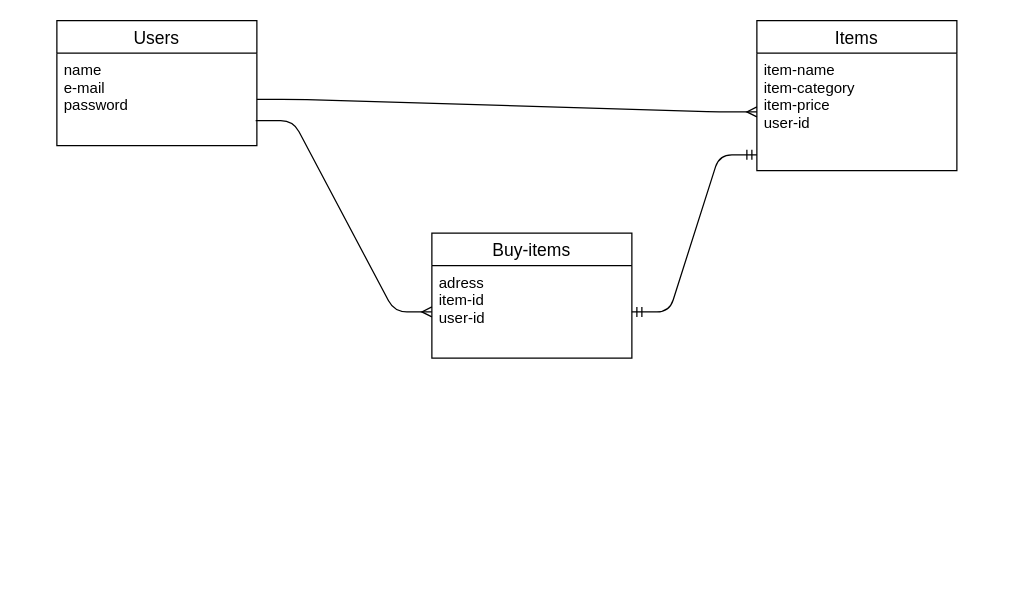
Above: test.dio in Koba0822/furima-37893 (draw.io), before the change. Source tidied: cells renumbered, new cells numbered last; positions are measured from the earlier drawing's top-left corner, leaving out a move shared by most shapes. Both pictures are drawn from the tidied source at 125%, with x=0, y=0 at pixel (56, 20).
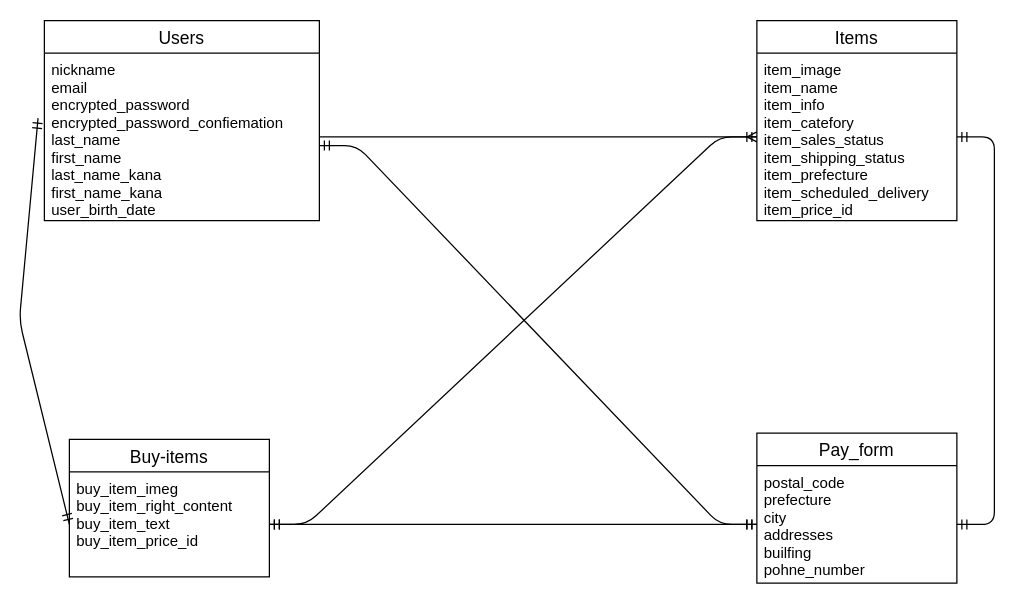
The same page after the edit.

Commit message (it also covers changes not shown here):
データーベース設計

Diff of the diagram source:
```diff
@@
 <mxGraphModel>
   <root>
     <mxCell id="0" />
     <mxCell id="1" parent="0" />
     <mxCell id="2" value="Items" style="swimlane;fontStyle=0;horizontal=1;startSize=26;align=center;fontSize=14;" parent="1" vertex="1">
-      <mxGeometry x="560" width="160" height="120" as="geometry" />
+      <mxGeometry x="560" width="160" height="160" as="geometry" />
     </mxCell>
-    <mxCell id="3" value="item-name&#10;item-category&#10;item-price&#10;user-id&#10;" style="text;strokeColor=none;fillColor=none;spacingLeft=4;spacingRight=4;overflow=hidden;points=[[0,0.5],[1,0.5]];portConstraint=eastwest;fontSize=12;" parent="2" vertex="1">
-      <mxGeometry y="26" width="160" height="94" as="geometry" />
-    </mxCell>
     <mxCell id="4" value="Users" style="swimlane;fontStyle=0;horizontal=1;startSize=26;align=center;fontSize=14;" parent="1" vertex="1">
-      <mxGeometry width="160" height="100" as="geometry" />
+      <mxGeometry x="-10" width="220" height="160" as="geometry" />
     </mxCell>
-    <mxCell id="5" value="name&#10;e-mail&#10;password" style="text;strokeColor=none;fillColor=none;spacingLeft=4;spacingRight=4;overflow=hidden;points=[[0,0.5],[1,0.5]];portConstraint=eastwest;fontSize=12;" parent="4" vertex="1">
-      <mxGeometry y="26" width="160" height="74" as="geometry" />
+    <mxCell id="5" value="nickname&#10;email&#10;encrypted_password&#10;encrypted_password_confiemation&#10;last_name&#10;first_name&#10;last_name_kana&#10;first_name_kana&#10;user_birth_date" style="text;strokeColor=none;fillColor=none;spacingLeft=4;spacingRight=4;overflow=hidden;points=[[0,0.5],[1,0.5]];portConstraint=eastwest;fontSize=12;" parent="4" vertex="1">
+      <mxGeometry y="26" width="220" height="134" as="geometry" />
     </mxCell>
     <mxCell id="6" value="Buy-items" style="swimlane;fontStyle=0;horizontal=1;startSize=26;align=center;fontSize=14;" parent="1" vertex="1">
-      <mxGeometry x="300" y="170" width="160" height="100" as="geometry" />
+      <mxGeometry x="10" y="335" width="160" height="110" as="geometry" />
     </mxCell>
-    <mxCell id="7" value="adress&#10;item-id&#10;user-id" style="text;strokeColor=none;fillColor=none;spacingLeft=4;spacingRight=4;overflow=hidden;points=[[0,0.5],[1,0.5]];portConstraint=eastwest;fontSize=12;" parent="6" vertex="1">
-      <mxGeometry y="26" width="160" height="74" as="geometry" />
+    <mxCell id="7" value="buy_item_imeg&#10;buy_item_right_content&#10;buy_item_text&#10;buy_item_price_id&#10;" style="text;strokeColor=none;fillColor=none;spacingLeft=4;spacingRight=4;overflow=hidden;points=[[0,0.5],[1,0.5]];portConstraint=eastwest;fontSize=12;" parent="6" vertex="1">
+      <mxGeometry y="26" width="160" height="84" as="geometry" />
     </mxCell>
     <mxCell id="8" style="edgeStyle=entityRelationEdgeStyle;fontSize=12;html=1;endArrow=ERmany;exitX=1;exitY=0.5;exitDx=0;exitDy=0;entryX=0;entryY=0.5;entryDx=0;entryDy=0;" parent="1" edge="1" source="5" target="3">
       <mxGeometry relative="1" as="geometry" />
     </mxCell>
+    <mxCell id="11" value="Pay_form" style="swimlane;fontStyle=0;horizontal=1;startSize=26;align=center;fontSize=14;" parent="1" vertex="1">
+      <mxGeometry x="560" y="330" width="160" height="120" as="geometry" />
+    </mxCell>
+    <mxCell id="12" value="postal_code&#10;prefecture&#10;city&#10;addresses&#10;builfing&#10;pohne_number" style="text;strokeColor=none;fillColor=none;spacingLeft=4;spacingRight=4;overflow=hidden;points=[[0,0.5],[1,0.5]];portConstraint=eastwest;fontSize=12;" parent="11" vertex="1">
+      <mxGeometry y="26" width="160" height="94" as="geometry" />
+    </mxCell>
+    <mxCell id="13" style="edgeStyle=entityRelationEdgeStyle;fontSize=12;html=1;endArrow=ERmandOne;startArrow=ERmandOne;entryX=0;entryY=0.5;entryDx=0;entryDy=0;" parent="1" edge="1" source="7" target="12">
+      <mxGeometry relative="1" as="geometry" />
+    </mxCell>
+    <mxCell id="10" style="edgeStyle=entityRelationEdgeStyle;fontSize=12;html=1;endArrow=ERmandOne;startArrow=ERmandOne;entryX=0;entryY=0.5;entryDx=0;entryDy=0;exitX=1;exitY=0.5;exitDx=0;exitDy=0;" parent="1" edge="1" source="7" target="3">
+      <mxGeometry relative="1" as="geometry" />
+    </mxCell>
+    <mxCell id="14" style="edgeStyle=entityRelationEdgeStyle;fontSize=12;html=1;endArrow=ERmandOne;startArrow=ERmandOne;exitX=1;exitY=0.552;exitDx=0;exitDy=0;exitPerimeter=0;entryX=0;entryY=0.5;entryDx=0;entryDy=0;" parent="1" edge="1" source="5" target="12">
+      <mxGeometry relative="1" as="geometry" />
+    </mxCell>
-    <mxCell id="9" style="edgeStyle=entityRelationEdgeStyle;fontSize=12;html=1;endArrow=ERmany;entryX=0;entryY=0.5;entryDx=0;entryDy=0;exitX=0.994;exitY=0.73;exitDx=0;exitDy=0;exitPerimeter=0;" parent="1" edge="1" source="5" target="7">
-      <mxGeometry relative="1" as="geometry" />
+    <mxCell id="9" style="fontSize=12;html=1;endArrow=ERmandOne;startArrow=ERmandOne;entryX=0;entryY=0.5;entryDx=0;entryDy=0;exitX=-0.023;exitY=0.388;exitDx=0;exitDy=0;exitPerimeter=0;" parent="1" edge="1" source="5" target="7">
+      <mxGeometry relative="1" as="geometry">
+        <Array as="points">
+          <mxPoint x="-30" y="240" />
+        </Array>
+      </mxGeometry>
     </mxCell>
-    <mxCell id="10" style="edgeStyle=entityRelationEdgeStyle;fontSize=12;html=1;endArrow=ERmandOne;startArrow=ERmandOne;exitX=1;exitY=0.5;exitDx=0;exitDy=0;entryX=0;entryY=0.865;entryDx=0;entryDy=0;entryPerimeter=0;" parent="1" edge="1" source="7" target="3">
-      <mxGeometry relative="1" as="geometry" />
-    </mxCell>
+    <mxCell id="3" value="item_image&#10;item_name&#10;item_info&#10;item_catefory&#10;item_sales_status&#10;item_shipping_status&#10;item_prefecture&#10;item_scheduled_delivery&#10;item_price_id&#10;" style="text;strokeColor=none;fillColor=none;spacingLeft=4;spacingRight=4;overflow=hidden;points=[[0,0.5],[1,0.5]];portConstraint=eastwest;fontSize=12;" parent="1" vertex="1">
+      <mxGeometry x="560" y="26" width="160" height="134" as="geometry" />
+    </mxCell>
+    <mxCell id="15" style="edgeStyle=entityRelationEdgeStyle;fontSize=12;html=1;endArrow=ERmandOne;startArrow=ERmandOne;entryX=1;entryY=0.5;entryDx=0;entryDy=0;exitX=1;exitY=0.5;exitDx=0;exitDy=0;" parent="1" edge="1" source="12" target="3">
+      <mxGeometry relative="1" as="geometry" />
+    </mxCell>
   </root>
 </mxGraphModel>
```
